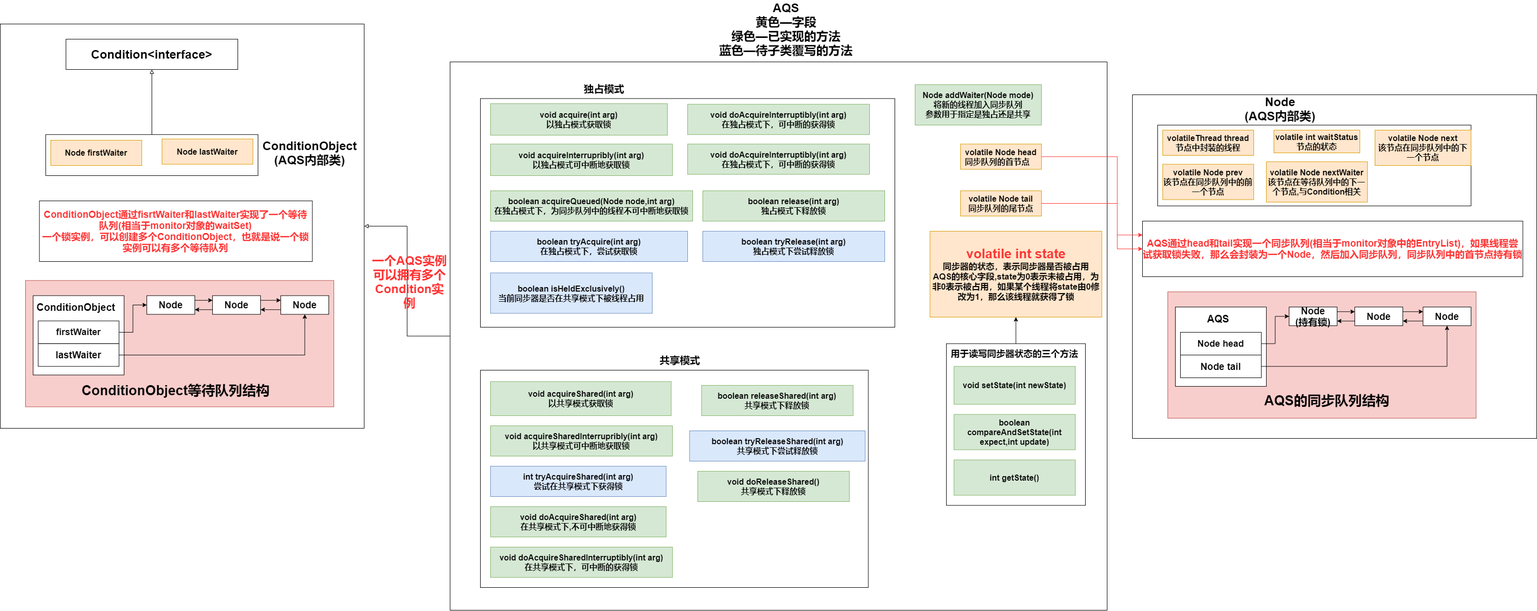
The draw.io diagram Notes/Java/Java并发编程/p/AQS.png in hxq191830060/Hxq-Note, before a commit. Source tidied: cells renumbered, new cells last; positions are measured from the earlier drawing's top-left corner, leaving out a move shared by most shapes.
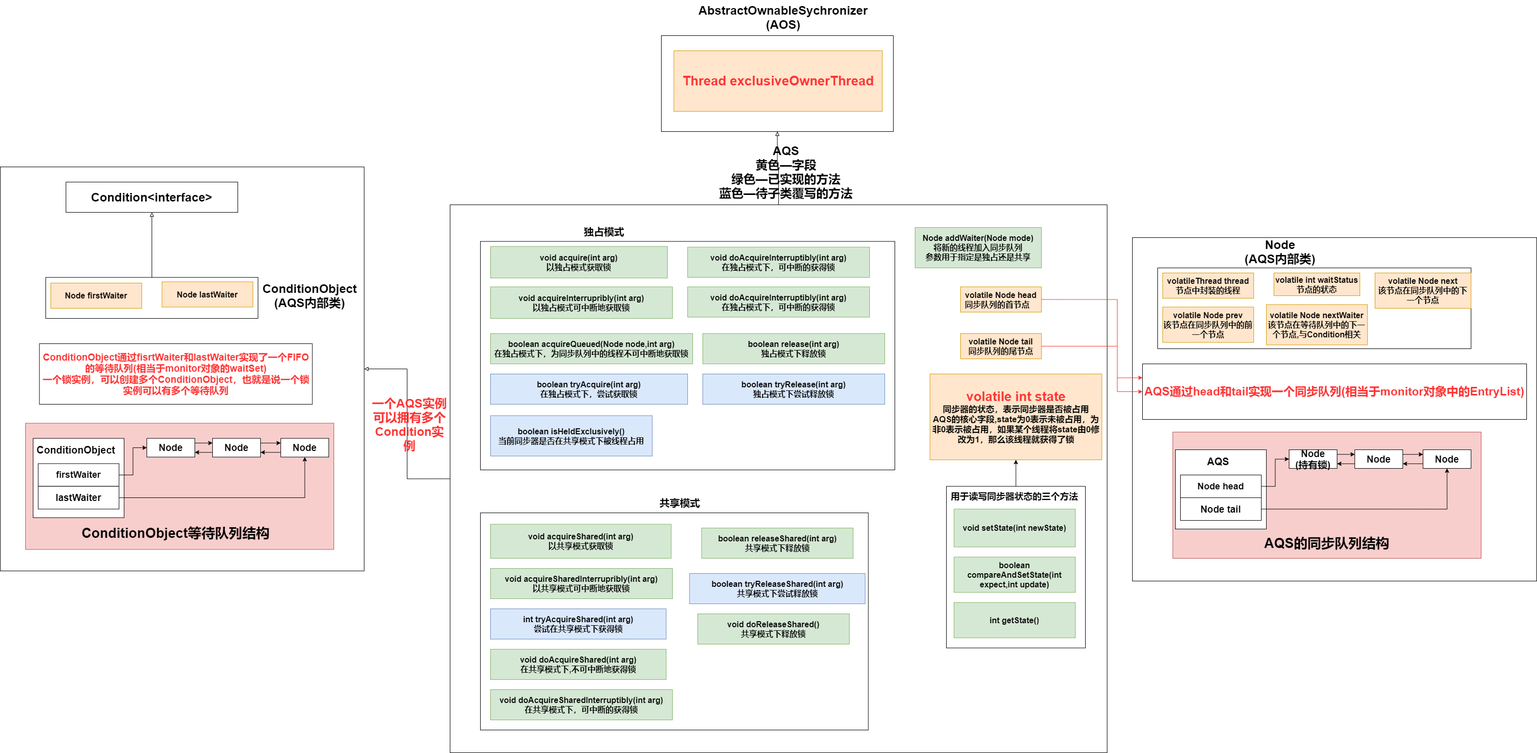
After the commit.

Diff of the diagram source:
```diff
@@ -5,6 +5,9 @@
     <mxCell id="2" style="edgeStyle=orthogonalEdgeStyle;rounded=0;jettySize=auto;html=1;exitX=0;exitY=0.5;exitDx=0;exitDy=0;entryX=1;entryY=0.5;entryDx=0;entryDy=0;endArrow=block;endFill=0;strokeColor=#000000;" parent="1" edge="1" source="3" target="59">
       <mxGeometry relative="1" as="geometry" />
     </mxCell>
+    <mxCell id="86" style="edgeStyle=orthogonalEdgeStyle;rounded=0;jettySize=auto;html=1;exitX=0.5;exitY=0;exitDx=0;exitDy=0;entryX=0.5;entryY=1;entryDx=0;entryDy=0;endArrow=block;endFill=0;" parent="1" edge="1" source="3" target="87">
+      <mxGeometry relative="1" as="geometry" />
+    </mxCell>
     <mxCell id="3" style="rounded=0;whiteSpace=wrap;html=1;" parent="1" vertex="1">
       <mxGeometry x="890" y="75" width="1300" height="1085" as="geometry" />
     </mxCell>
@@ -128,11 +131,11 @@
     <mxCell id="43" value="&lt;b&gt;&lt;font style=&quot;font-size: 16px&quot;&gt;boolean isHeldExclusively()&lt;br&gt;当前同步器是否在共享模式下被线程占用&lt;br&gt;&lt;/font&gt;&lt;/b&gt;" style="rounded=0;whiteSpace=wrap;html=1;fillColor=#dae8fc;strokeColor=#6c8ebf;" parent="1" vertex="1">
       <mxGeometry x="970" y="492.5" width="320" height="80" as="geometry" />
     </mxCell>
-    <mxCell id="44" value="&lt;b style=&quot;font-size: 19px&quot;&gt;&lt;font color=&quot;#ff3333&quot;&gt;AQS通过head和tail实现一个同步队列(相当于monitor对象中的EntryList)，如果线程尝试获取锁失败，那么会封装为一个Node，然后加入同步队列，同步队列中的首节点持有锁&lt;br&gt;&lt;/font&gt;&lt;/b&gt;" style="rounded=0;whiteSpace=wrap;html=1;" parent="1" vertex="1">
-      <mxGeometry x="2260" y="390" width="752.5" height="110" as="geometry" />
+    <mxCell id="44" value="&lt;b&gt;&lt;font color=&quot;#ff3333&quot;&gt;&lt;font style=&quot;font-size: 23px&quot;&gt;AQS通过head和tail实现一个同步队列(相当于monitor对象中的EntryList)&lt;/font&gt;&lt;br&gt;&lt;/font&gt;&lt;/b&gt;" style="rounded=0;whiteSpace=wrap;html=1;" parent="1" vertex="1">
+      <mxGeometry x="2260" y="390" width="760" height="110" as="geometry" />
     </mxCell>
     <mxCell id="45" style="rounded=0;whiteSpace=wrap;html=1;fillColor=#f8cecc;strokeColor=#b85450;" parent="1" vertex="1">
-      <mxGeometry x="2310" y="530" width="610" height="250" as="geometry" />
+      <mxGeometry x="2320" y="525" width="610" height="250" as="geometry" />
     </mxCell>
     <mxCell id="46" style="rounded=0;whiteSpace=wrap;html=1;" parent="1" vertex="1">
       <mxGeometry x="2325" y="560" width="180" height="157" as="geometry" />
@@ -242,7 +245,7 @@
     <mxCell id="81" value="&lt;b&gt;&lt;font style=&quot;font-size: 27px&quot;&gt;ConditionObject等待队列结构&lt;/font&gt;&lt;/b&gt;" style="text;html=1;strokeColor=none;fillColor=none;align=center;verticalAlign=middle;whiteSpace=wrap;rounded=0;" parent="1" vertex="1">
       <mxGeometry x="140" y="715" width="415" height="20" as="geometry" />
     </mxCell>
-    <mxCell id="82" value="&lt;font color=&quot;#ff3333&quot;&gt;&lt;span style=&quot;font-size: 19px&quot;&gt;&lt;b&gt;ConditionObject通过fisrtWaiter和lastWaiter实现了一个等待队列(相当于monitor对象的waitSet)&lt;br&gt;一个锁实例，可以创建多个ConditionObject，也就是说一个锁实例可以有多个等待队列&lt;br&gt;&lt;/b&gt;&lt;/span&gt;&lt;/font&gt;" style="rounded=0;whiteSpace=wrap;html=1;" parent="1" vertex="1">
+    <mxCell id="82" value="&lt;font color=&quot;#ff3333&quot;&gt;&lt;span style=&quot;font-size: 19px&quot;&gt;&lt;b&gt;ConditionObject通过fisrtWaiter和lastWaiter实现了一个FIFO的等待队列(相当于monitor对象的waitSet)&lt;br&gt;一个锁实例，可以创建多个ConditionObject，也就是说一个锁实例可以有多个等待队列&lt;br&gt;&lt;/b&gt;&lt;/span&gt;&lt;/font&gt;" style="rounded=0;whiteSpace=wrap;html=1;" parent="1" vertex="1">
       <mxGeometry x="77.5" y="350" width="540" height="120" as="geometry" />
     </mxCell>
     <mxCell id="83" value="&lt;b&gt;&lt;font style=&quot;font-size: 24px&quot; color=&quot;#ff3333&quot;&gt;一个AQS实例可以拥有多个Condition实例&lt;/font&gt;&lt;/b&gt;" style="text;html=1;strokeColor=none;fillColor=none;align=center;verticalAlign=middle;whiteSpace=wrap;rounded=0;" parent="1" vertex="1">
@@ -264,5 +267,14 @@
         </Array>
       </mxGeometry>
     </mxCell>
+    <mxCell id="87" style="rounded=0;whiteSpace=wrap;html=1;" parent="1" vertex="1">
+      <mxGeometry x="1308" y="-260" width="459" height="190" as="geometry" />
+    </mxCell>
+    <mxCell id="88" value="&lt;div style=&quot;text-align: center&quot;&gt;&lt;span style=&quot;font-size: 24px&quot;&gt;&lt;font face=&quot;helvetica&quot;&gt;&lt;b&gt;AbstractOwnableSychronizer&lt;br&gt;(AOS)&lt;/b&gt;&lt;/font&gt;&lt;/span&gt;&lt;/div&gt;" style="text;whiteSpace=wrap;html=1;" parent="1" vertex="1">
+      <mxGeometry x="1380" y="-330" width="290" height="90" as="geometry" />
+    </mxCell>
+    <mxCell id="89" value="&lt;b&gt;&lt;font&gt;&lt;font color=&quot;#ff3333&quot;&gt;&lt;span style=&quot;font-size: 26px&quot;&gt;Thread exclusiveOwnerThread&lt;/span&gt;&lt;/font&gt;&lt;br&gt;&lt;/font&gt;&lt;/b&gt;" style="rounded=0;whiteSpace=wrap;html=1;fillColor=#ffe6cc;strokeColor=#d79b00;" parent="1" vertex="1">
+      <mxGeometry x="1332.8" y="-230" width="412.5" height="120" as="geometry" />
+    </mxCell>
   </root>
 </mxGraphModel>
```
